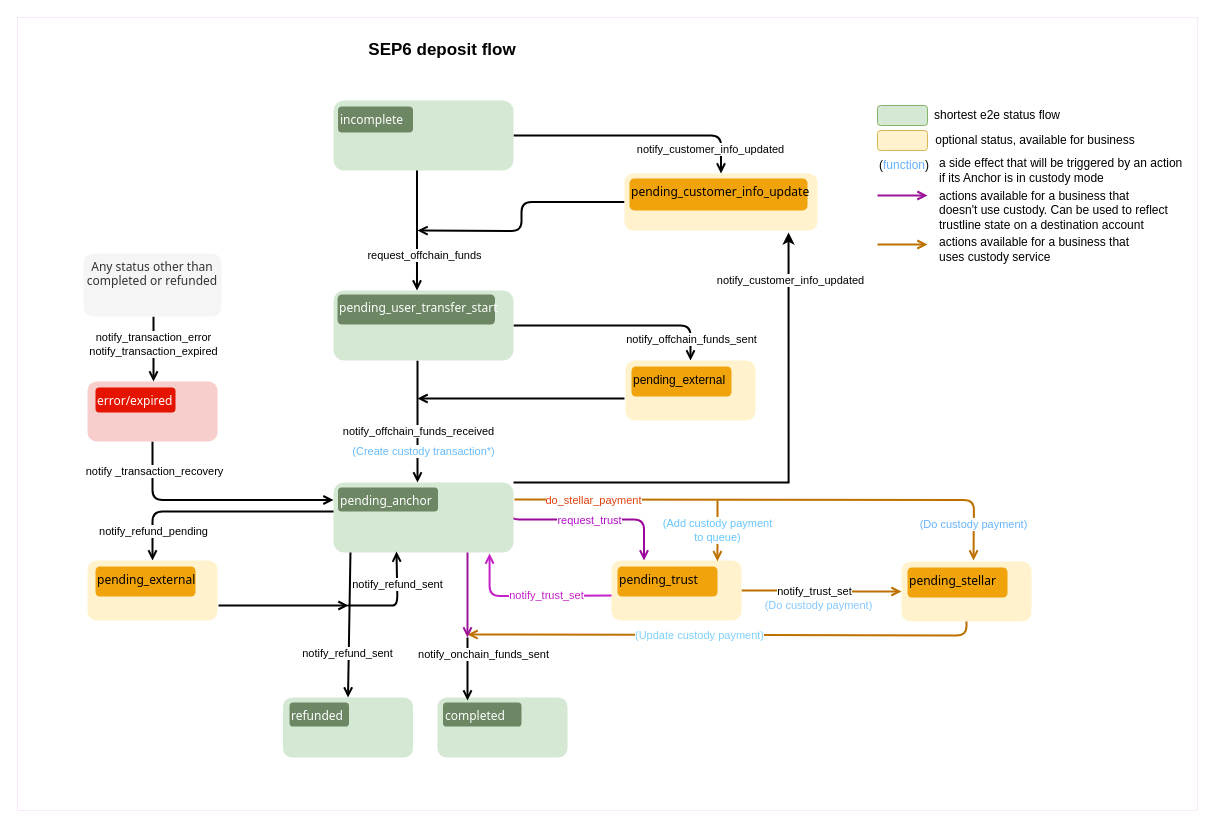
Earlier version of the draw.io diagram page "Sep-6 - deposit v0.1" (4 of 5) of static/definitions/sep6_24_31_status_transition_diagrams.drawio (stellar/stellar-docs). Source tidied: cells renumbered, new cells numbered last; positions are measured from the earlier drawing's top-left corner, leaving out a move shared by most shapes. Both pictures are drawn from the tidied source at 100%, with x=0, y=0 at pixel (17, 17).
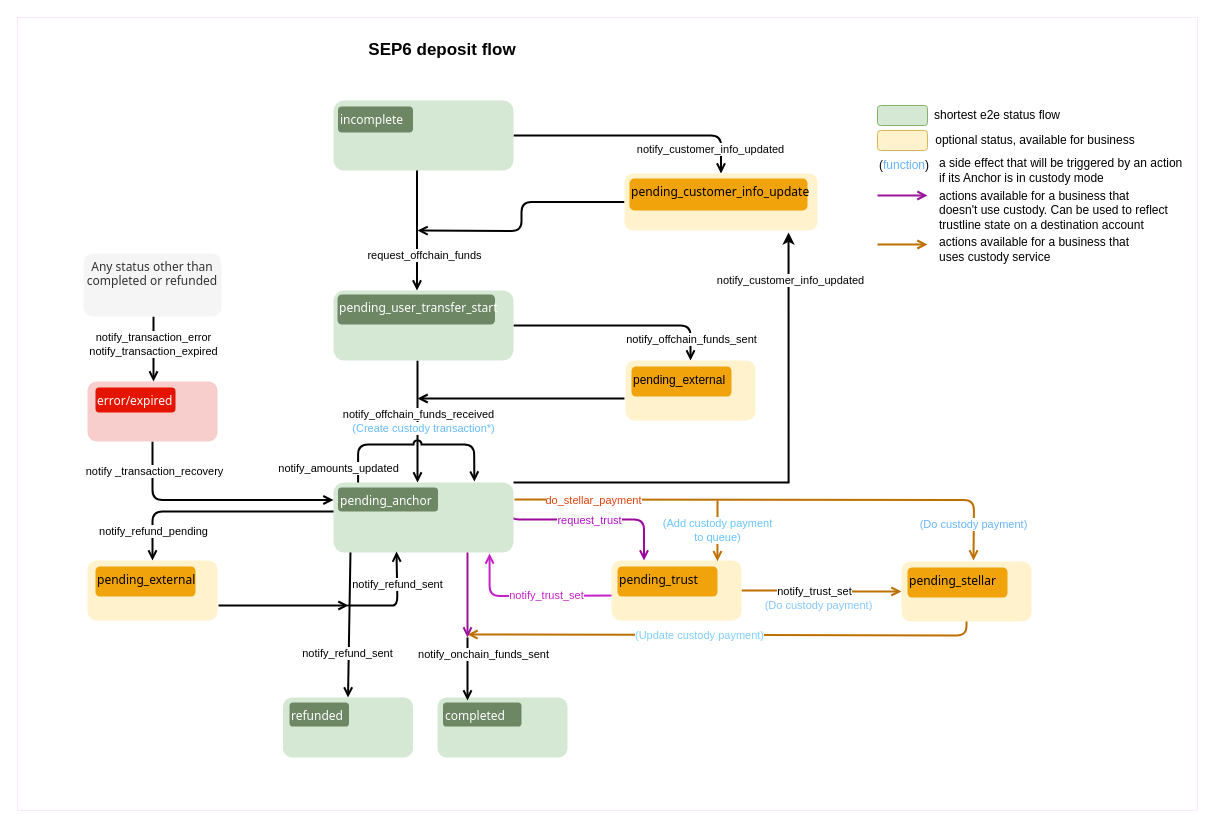
Above is the later version.

The change refers to these unchanged cells:
```xml
<mxCell id="17" style="edgeStyle=orthogonalEdgeStyle;rounded=0;orthogonalLoop=1;jettySize=auto;html=1;exitX=0.5;exitY=1;exitDx=0;exitDy=0;entryX=0.5;entryY=0;entryDx=0;entryDy=0;strokeWidth=2;endArrow=open;endFill=0;" parent="1" edge="1">
  <mxGeometry relative="1" as="geometry">
    <mxPoint x="400" y="343" as="sourcePoint" />
    <mxPoint x="400" y="465" as="targetPoint" />
  </mxGeometry>
</mxCell>
```

Change to the diagram source:
```diff
@@
     <mxCell id="18" value="notify_offchain_funds_received" style="edgeLabel;html=1;align=center;verticalAlign=middle;" parent="17" vertex="1">
       <mxGeometry x="-0.02" y="-3" relative="1" as="geometry">
-        <mxPoint x="3" y="10" as="offset" />
+        <mxPoint x="3" y="-7" as="offset" />
       </mxGeometry>
     </mxCell>
     <mxCell id="19" value="(Create custody transaction*)" style="edgeLabel;html=1;align=center;verticalAlign=middle;fontColor=#67bbfd;" parent="17" vertex="1">
       <mxGeometry x="0.46" y="1" relative="1" as="geometry">
-        <mxPoint x="4" y="1" as="offset" />
+        <mxPoint x="4" y="-22" as="offset" />
       </mxGeometry>
     </mxCell>
@@
+    <mxCell id="79" style="endArrow=open;html=1;rounded=1;exitX=0.15;exitY=-0.054;exitDx=0;exitDy=0;exitPerimeter=0;entryX=0.877;entryY=-0.022;entryDx=0;entryDy=0;entryPerimeter=0;jumpStyle=arc;strokeWidth=2;endFill=0;" parent="1" edge="1">
+      <mxGeometry relative="1" as="geometry">
+        <mxPoint x="340.6" y="465" as="sourcePoint" />
+        <mxPoint x="456.9" y="464.1" as="targetPoint" />
+        <Array as="points">
+          <mxPoint x="340.6" y="427" />
+          <mxPoint x="456.6" y="427" />
+          <mxPoint x="456.6" y="445" />
+        </Array>
+      </mxGeometry>
+    </mxCell>
+    <mxCell id="80" value="notify_amounts_updated" style="edgeLabel;html=1;align=center;verticalAlign=middle;" parent="79" vertex="1">
+      <mxGeometry x="-0.24" y="1" relative="1" as="geometry">
+        <mxPoint x="-55" y="24" as="offset" />
+      </mxGeometry>
+    </mxCell>
```
